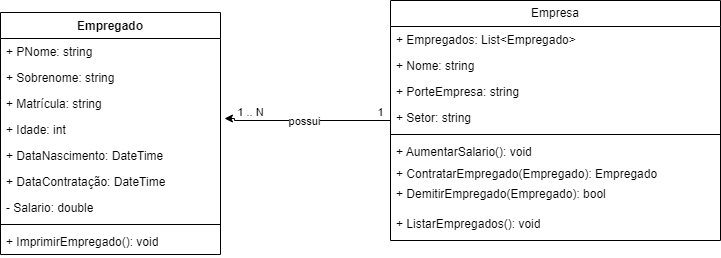
Above: Diagrama Classe - Empresa.png in isaacbosque/RepoExercicioADA (draw.io), before the change. Source tidied: cells renumbered, new cells last; positions are measured from the earlier drawing's top-left corner, leaving out a move shared by most shapes.
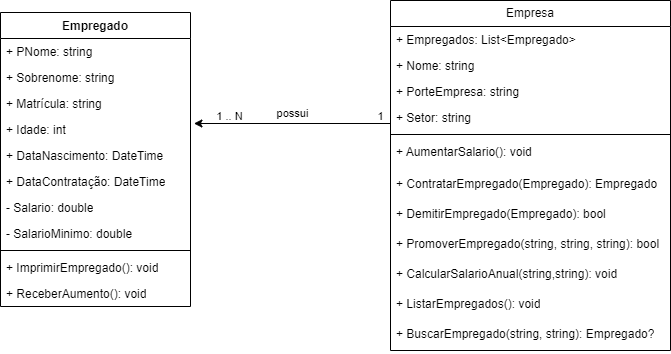
Later version of the same file.

Commit message:
Diagrama de classes atualizado

What changed in the source:
```diff
@@ -3,74 +3,96 @@
     <mxCell id="0" />
     <mxCell id="1" parent="0" />
     <mxCell id="2" value="Empregado" style="swimlane;fontStyle=1;align=center;verticalAlign=top;horizontal=1;startSize=26;whiteSpace=wrap;html=1;" parent="1" vertex="1">
-      <mxGeometry y="12" width="220" height="242" as="geometry" />
+      <mxGeometry y="12" width="190" height="294" as="geometry" />
     </mxCell>
     <mxCell id="3" value="+ PNome: string" style="text;strokeColor=none;fillColor=none;align=left;verticalAlign=top;spacingLeft=4;spacingRight=4;overflow=hidden;whiteSpace=wrap;html=1;" parent="2" vertex="1">
-      <mxGeometry y="26" width="220" height="26" as="geometry" />
+      <mxGeometry y="26" width="190" height="26" as="geometry" />
     </mxCell>
     <mxCell id="4" value="+ Sobrenome: string" style="text;strokeColor=none;fillColor=none;align=left;verticalAlign=top;spacingLeft=4;spacingRight=4;overflow=hidden;whiteSpace=wrap;html=1;" parent="2" vertex="1">
-      <mxGeometry y="52" width="220" height="26" as="geometry" />
+      <mxGeometry y="52" width="190" height="26" as="geometry" />
     </mxCell>
     <mxCell id="5" value="+ Matrícula: string" style="text;strokeColor=none;fillColor=none;align=left;verticalAlign=top;spacingLeft=4;spacingRight=4;overflow=hidden;whiteSpace=wrap;html=1;" parent="2" vertex="1">
-      <mxGeometry y="78" width="220" height="26" as="geometry" />
+      <mxGeometry y="78" width="190" height="26" as="geometry" />
     </mxCell>
     <mxCell id="6" value="+ Idade: int" style="text;strokeColor=none;fillColor=none;align=left;verticalAlign=top;spacingLeft=4;spacingRight=4;overflow=hidden;points=[[0,0.5],[1,0.5]];portConstraint=eastwest;whiteSpace=wrap;html=1;" parent="2" vertex="1">
-      <mxGeometry y="104" width="220" height="26" as="geometry" />
+      <mxGeometry y="104" width="190" height="26" as="geometry" />
     </mxCell>
     <mxCell id="7" value="+ DataNascimento: DateTime" style="text;strokeColor=none;fillColor=none;align=left;verticalAlign=top;spacingLeft=4;spacingRight=4;overflow=hidden;points=[[0,0.5],[1,0.5]];portConstraint=eastwest;whiteSpace=wrap;html=1;" parent="2" vertex="1">
-      <mxGeometry y="130" width="220" height="26" as="geometry" />
+      <mxGeometry y="130" width="190" height="26" as="geometry" />
     </mxCell>
     <mxCell id="8" value="+ DataContratação: DateTime" style="text;strokeColor=none;fillColor=none;align=left;verticalAlign=top;spacingLeft=4;spacingRight=4;overflow=hidden;whiteSpace=wrap;html=1;" parent="2" vertex="1">
-      <mxGeometry y="156" width="220" height="26" as="geometry" />
+      <mxGeometry y="156" width="190" height="26" as="geometry" />
     </mxCell>
     <mxCell id="9" value="- Salario: double" style="text;strokeColor=none;fillColor=none;align=left;verticalAlign=top;spacingLeft=4;spacingRight=4;overflow=hidden;whiteSpace=wrap;html=1;" parent="2" vertex="1">
-      <mxGeometry y="182" width="220" height="26" as="geometry" />
+      <mxGeometry y="182" width="190" height="26" as="geometry" />
     </mxCell>
+    <mxCell id="26" value="- SalarioMinimo: double" style="text;strokeColor=none;fillColor=none;align=left;verticalAlign=top;spacingLeft=4;spacingRight=4;overflow=hidden;whiteSpace=wrap;html=1;" parent="2" vertex="1">
+      <mxGeometry y="208" width="190" height="26" as="geometry" />
+    </mxCell>
     <mxCell id="10" style="line;strokeWidth=1;fillColor=none;align=left;verticalAlign=middle;spacingTop=-1;spacingLeft=3;spacingRight=3;labelPosition=right;strokeColor=inherit;" parent="2" vertex="1">
-      <mxGeometry y="208" width="220" height="8" as="geometry" />
+      <mxGeometry y="234" width="190" height="8" as="geometry" />
     </mxCell>
     <mxCell id="11" value="+ ImprimirEmpregado(): void" style="text;strokeColor=none;fillColor=none;align=left;verticalAlign=top;spacingLeft=4;spacingRight=4;overflow=hidden;whiteSpace=wrap;html=1;" parent="2" vertex="1">
-      <mxGeometry y="216" width="220" height="26" as="geometry" />
+      <mxGeometry y="242" width="190" height="26" as="geometry" />
     </mxCell>
+    <mxCell id="27" style="edgeStyle=orthogonalEdgeStyle;rounded=0;orthogonalLoop=1;jettySize=auto;html=1;exitX=1;exitY=0.5;exitDx=0;exitDy=0;" parent="2" edge="1" source="7" target="7">
+      <mxGeometry relative="1" as="geometry" />
+    </mxCell>
+    <mxCell id="28" value="+ ReceberAumento(): void" style="text;strokeColor=none;fillColor=none;align=left;verticalAlign=top;spacingLeft=4;spacingRight=4;overflow=hidden;whiteSpace=wrap;html=1;" parent="2" vertex="1">
+      <mxGeometry y="268" width="190" height="26" as="geometry" />
+    </mxCell>
     <mxCell id="12" value="Empresa" style="swimlane;fontStyle=0;horizontal=1;startSize=26;fillColor=none;whiteSpace=wrap;html=1;" parent="1" vertex="1">
-      <mxGeometry x="390" width="330" height="240" as="geometry" />
+      <mxGeometry x="390" width="280" height="350" as="geometry" />
     </mxCell>
     <mxCell id="13" value="+ Empregados: List&amp;lt;Empregado&amp;gt;&lt;br&gt;" style="text;strokeColor=none;fillColor=none;align=left;verticalAlign=top;spacingLeft=4;spacingRight=4;overflow=hidden;whiteSpace=wrap;html=1;" parent="12" vertex="1">
-      <mxGeometry y="26" width="330" height="26" as="geometry" />
+      <mxGeometry y="26" width="280" height="26" as="geometry" />
     </mxCell>
     <mxCell id="14" value="+ Nome: string" style="text;strokeColor=none;fillColor=none;align=left;verticalAlign=top;spacingLeft=4;spacingRight=4;overflow=hidden;whiteSpace=wrap;html=1;" parent="12" vertex="1">
-      <mxGeometry y="52" width="330" height="26" as="geometry" />
+      <mxGeometry y="52" width="280" height="26" as="geometry" />
     </mxCell>
     <mxCell id="15" value="+ PorteEmpresa: string" style="text;strokeColor=none;fillColor=none;align=left;verticalAlign=top;spacingLeft=4;spacingRight=4;overflow=hidden;whiteSpace=wrap;html=1;" parent="12" vertex="1">
-      <mxGeometry y="78" width="330" height="26" as="geometry" />
+      <mxGeometry y="78" width="280" height="26" as="geometry" />
     </mxCell>
     <mxCell id="16" value="+ Setor: string" style="text;strokeColor=none;fillColor=none;align=left;verticalAlign=top;spacingLeft=4;spacingRight=4;overflow=hidden;whiteSpace=wrap;html=1;" parent="12" vertex="1">
-      <mxGeometry y="104" width="330" height="26" as="geometry" />
+      <mxGeometry y="104" width="280" height="26" as="geometry" />
     </mxCell>
     <mxCell id="17" style="line;strokeWidth=1;fillColor=none;align=left;verticalAlign=middle;spacingTop=-1;spacingLeft=3;spacingRight=3;labelPosition=right;strokeColor=inherit;" parent="12" vertex="1">
-      <mxGeometry y="130" width="330" height="8" as="geometry" />
+      <mxGeometry y="130" width="280" height="8" as="geometry" />
     </mxCell>
     <mxCell id="18" value="+ AumentarSalario(): void" style="text;strokeColor=none;fillColor=none;align=left;verticalAlign=top;spacingLeft=4;spacingRight=4;overflow=hidden;whiteSpace=wrap;html=1;" parent="12" vertex="1">
-      <mxGeometry y="138" width="330" height="22" as="geometry" />
+      <mxGeometry y="138" width="280" height="32" as="geometry" />
     </mxCell>
     <mxCell id="19" value="+ ContratarEmpregado(Empregado): Empregado" style="text;strokeColor=none;fillColor=none;align=left;verticalAlign=top;spacingLeft=4;spacingRight=4;overflow=hidden;whiteSpace=wrap;html=1;" parent="12" vertex="1">
-      <mxGeometry y="160" width="330" height="20" as="geometry" />
+      <mxGeometry y="170" width="280" height="30" as="geometry" />
     </mxCell>
     <mxCell id="20" value="+ DemitirEmpregado(Empregado): bool" style="text;strokeColor=none;fillColor=none;align=left;verticalAlign=top;spacingLeft=4;spacingRight=4;overflow=hidden;whiteSpace=wrap;html=1;" parent="12" vertex="1">
-      <mxGeometry y="180" width="330" height="30" as="geometry" />
+      <mxGeometry y="200" width="280" height="30" as="geometry" />
     </mxCell>
+    <mxCell id="29" value="+ PromoverEmpregado(string, string, string): bool" style="text;strokeColor=none;fillColor=none;align=left;verticalAlign=top;spacingLeft=4;spacingRight=4;overflow=hidden;whiteSpace=wrap;html=1;" parent="12" vertex="1">
+      <mxGeometry y="230" width="280" height="30" as="geometry" />
+    </mxCell>
+    <mxCell id="30" value="+ CalcularSalarioAnual(string,string): void" style="text;strokeColor=none;fillColor=none;align=left;verticalAlign=top;spacingLeft=4;spacingRight=4;overflow=hidden;whiteSpace=wrap;html=1;" parent="12" vertex="1">
+      <mxGeometry y="260" width="280" height="30" as="geometry" />
+    </mxCell>
     <mxCell id="21" value="+ ListarEmpregados(): void" style="text;strokeColor=none;fillColor=none;align=left;verticalAlign=top;spacingLeft=4;spacingRight=4;overflow=hidden;whiteSpace=wrap;html=1;" parent="12" vertex="1">
-      <mxGeometry y="210" width="330" height="30" as="geometry" />
+      <mxGeometry y="290" width="280" height="30" as="geometry" />
     </mxCell>
+    <mxCell id="31" value="+ BuscarEmpregado(string, string): Empregado?" style="text;strokeColor=none;fillColor=none;align=left;verticalAlign=top;spacingLeft=4;spacingRight=4;overflow=hidden;whiteSpace=wrap;html=1;" parent="12" vertex="1">
+      <mxGeometry y="320" width="280" height="30" as="geometry" />
+    </mxCell>
-    <mxCell id="22" style="edgeStyle=orthogonalEdgeStyle;rounded=0;jettySize=auto;html=1;entryX=1.018;entryY=0.077;entryDx=0;entryDy=0;entryPerimeter=0;" parent="1" edge="1" source="12" target="6">
+    <mxCell id="22" style="edgeStyle=orthogonalEdgeStyle;rounded=0;orthogonalLoop=1;jettySize=auto;html=1;entryX=1.018;entryY=0.077;entryDx=0;entryDy=0;entryPerimeter=0;" parent="1" edge="1">
       <mxGeometry relative="1" as="geometry">
+        <mxPoint x="390" y="117" as="sourcePoint" />
+        <mxPoint x="193.4" y="123" as="targetPoint" />
         <Array as="points">
-          <mxPoint x="234" y="120" />
+          <mxPoint x="390" y="123" />
         </Array>
       </mxGeometry>
     </mxCell>
     <mxCell id="23" value="possui" style="edgeLabel;html=1;align=center;verticalAlign=middle;" parent="22" vertex="1">
-      <mxGeometry x="0.03" y="1" relative="1" as="geometry" />
+      <mxGeometry x="0.03" y="1" relative="1" as="geometry">
+        <mxPoint y="-12" as="offset" />
+      </mxGeometry>
     </mxCell>
     <mxCell id="24" value="1" style="edgeLabel;html=1;align=center;verticalAlign=middle;" parent="22" vertex="1">
       <mxGeometry x="-0.6" y="3" relative="1" as="geometry">
```
